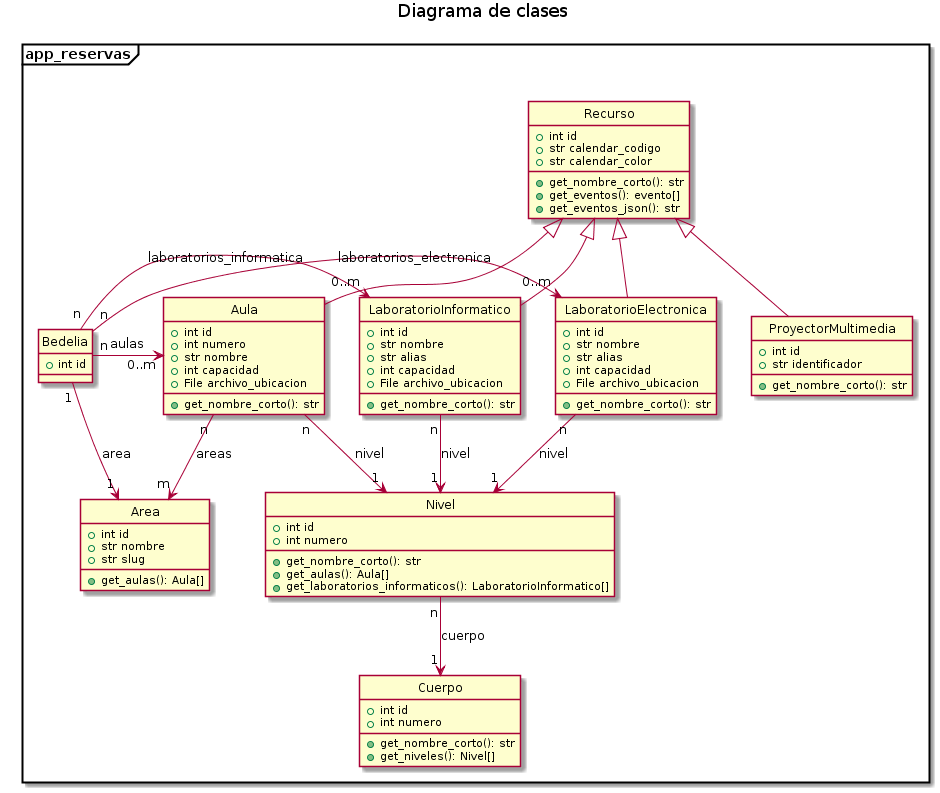
Before: docs/uml/diagrama_clases.png, a diagram exported from PlantUML (utn-frm-si/reservas).
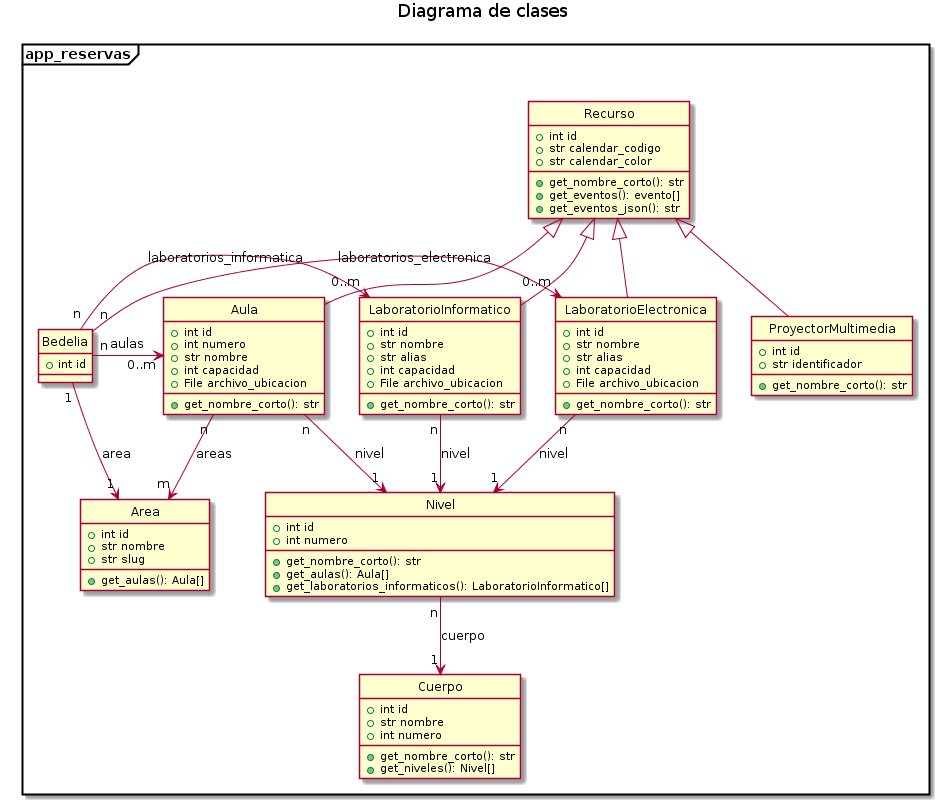
Later version of the same file.

Commit message:
Documentación de campo 'nombre' en modelo Cuerpo

Diff of the diagram source:
```diff
@@ -36,6 +36,7 @@
 
     class Cuerpo {
         + int id
+        + str nombre
         + int numero
         + get_nombre_corto(): str
         + get_niveles(): Nivel[]
```
